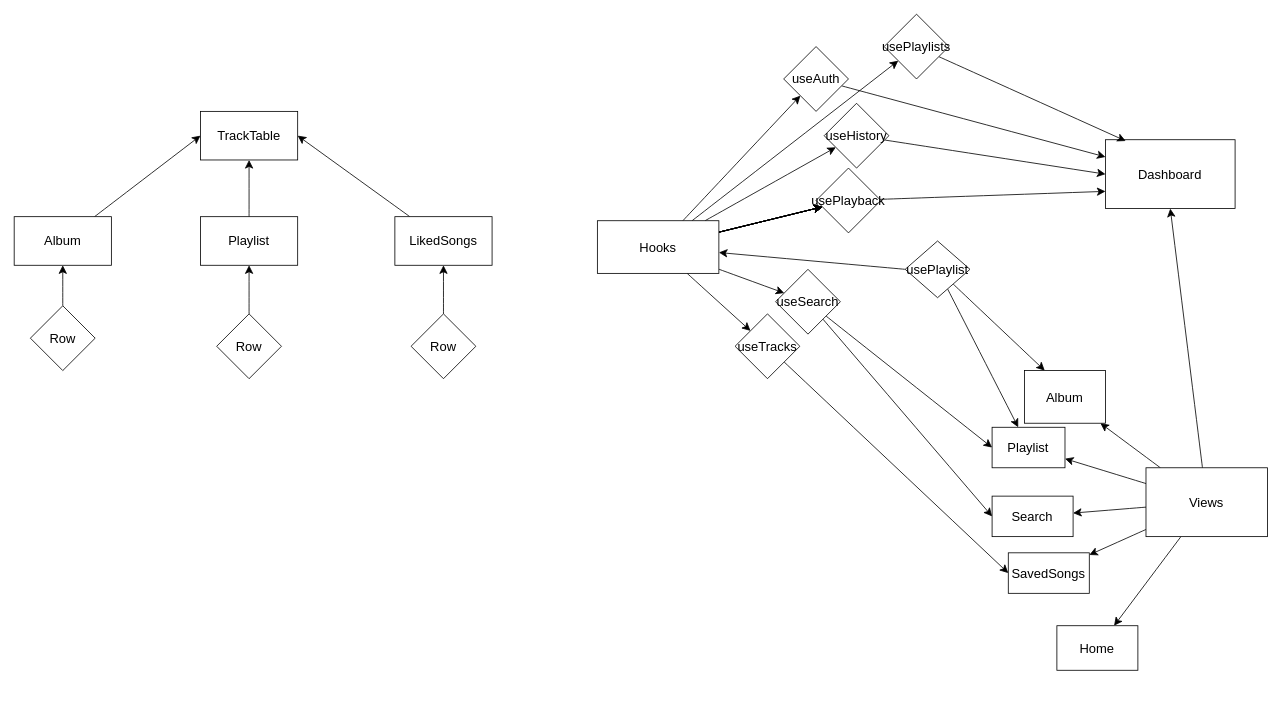
shaawwn/shawnify keeps this draw.io diagram as app_structure.drawio. Above is the earlier version. Source tidied: cells renumbered, new cells numbered last; positions are measured from the earlier drawing's top-left corner, leaving out a move shared by most shapes. Both pictures are drawn from the tidied source at 81%, with x=0, y=0 at pixel (14, 14).
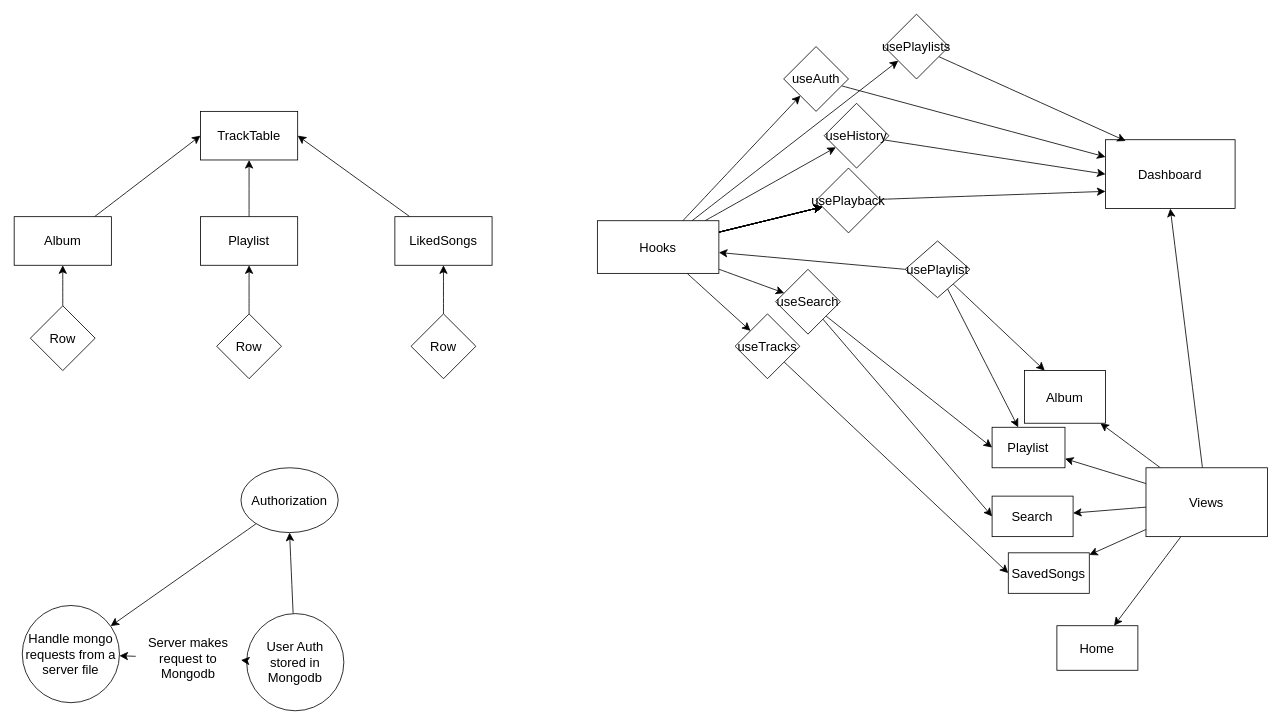
Above is the later version.

Commit message (it also covers changes not shown here):
changing auth server location fetch

What changed in the source:
```diff
@@
+    <mxCell id="59" style="edgeStyle=none;curved=1;rounded=0;jettySize=auto;html=1;fontSize=12;startSize=8;endSize=8;" parent="1" edge="1" source="60" target="61">
+      <mxGeometry relative="1" as="geometry" />
+    </mxCell>
+    <mxCell id="60" value="Authorization" style="ellipse;whiteSpace=wrap;html=1;fontSize=16;" parent="1" vertex="1">
+      <mxGeometry x="280" y="560" width="120" height="80" as="geometry" />
+    </mxCell>
+    <mxCell id="61" value="Handle mongo requests from a server file" style="ellipse;whiteSpace=wrap;html=1;fontSize=16;" parent="1" vertex="1">
+      <mxGeometry x="10" y="730" width="120" height="120" as="geometry" />
+    </mxCell>
+    <mxCell id="62" style="edgeStyle=none;curved=1;rounded=0;jettySize=auto;html=1;entryX=0.5;entryY=1;entryDx=0;entryDy=0;fontSize=12;startSize=8;endSize=8;" parent="1" edge="1" source="64" target="60">
+      <mxGeometry relative="1" as="geometry" />
+    </mxCell>
+    <mxCell id="63" style="edgeStyle=none;curved=1;rounded=0;jettySize=auto;html=1;fontSize=12;startSize=8;endSize=8;" parent="1" edge="1" source="66" target="61">
+      <mxGeometry relative="1" as="geometry" />
+    </mxCell>
+    <mxCell id="64" value="User Auth stored in Mongodb" style="ellipse;whiteSpace=wrap;html=1;fontSize=16;" parent="1" vertex="1">
+      <mxGeometry x="287" y="740" width="120" height="120" as="geometry" />
+    </mxCell>
+    <mxCell id="65" style="edgeStyle=none;curved=1;rounded=0;jettySize=auto;html=1;fontSize=12;startSize=8;endSize=8;" parent="1" edge="1" source="64" target="66">
+      <mxGeometry relative="1" as="geometry" />
+    </mxCell>
+    <mxCell id="66" value="Server makes request to Mongodb" style="text;html=1;strokeColor=none;fillColor=none;align=center;verticalAlign=middle;whiteSpace=wrap;rounded=0;fontSize=16;" parent="1" vertex="1">
+      <mxGeometry x="150" y="780" width="130" height="30" as="geometry" />
+    </mxCell>
```
